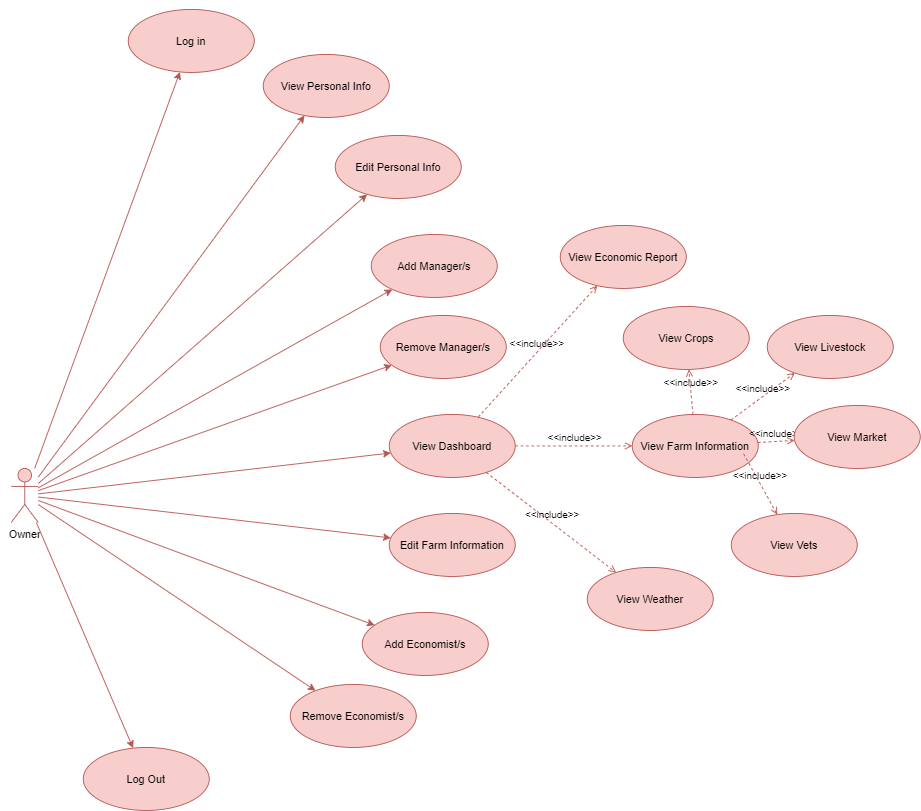
Above: Diagrams/Drafts/Use Case Diagrams/Owner.png in eseferi18/Farming_Management_System (draw.io), before the change. Source tidied: cells renumbered, new cells last; positions are measured from the earlier drawing's top-left corner, leaving out a move shared by most shapes. Its diagram source:
```xml
<mxGraphModel>
  <root>
    <mxCell id="0" />
    <mxCell id="1" parent="0" />
    <mxCell id="2" value="Owner" style="shape=umlActor;verticalLabelPosition=bottom;verticalAlign=top;html=1;fillColor=#f8cecc;strokeColor=#b85450;" parent="1" vertex="1">
      <mxGeometry y="510" width="30" height="60" as="geometry" />
    </mxCell>
    <mxCell id="3" value="Log in" style="ellipse;whiteSpace=wrap;html=1;fillColor=#f8cecc;strokeColor=#b85450;" parent="1" vertex="1">
      <mxGeometry x="130" width="140" height="70" as="geometry" />
    </mxCell>
    <mxCell id="4" style="endArrow=classic;html=1;fillColor=#f8cecc;strokeColor=#b85450;" parent="1" edge="1" source="2" target="3">
      <mxGeometry relative="1" as="geometry" />
    </mxCell>
    <mxCell id="5" value="View Personal Info" style="ellipse;whiteSpace=wrap;html=1;fillColor=#f8cecc;strokeColor=#b85450;" parent="1" vertex="1">
      <mxGeometry x="280" y="50" width="140" height="70" as="geometry" />
    </mxCell>
    <mxCell id="6" style="endArrow=classic;html=1;fillColor=#f8cecc;strokeColor=#b85450;" parent="1" edge="1" source="2" target="5">
      <mxGeometry relative="1" as="geometry" />
    </mxCell>
    <mxCell id="7" value="Edit Personal Info" style="ellipse;whiteSpace=wrap;html=1;fillColor=#f8cecc;strokeColor=#b85450;" parent="1" vertex="1">
      <mxGeometry x="360" y="140" width="140" height="70" as="geometry" />
    </mxCell>
    <mxCell id="8" style="endArrow=classic;html=1;fillColor=#f8cecc;strokeColor=#b85450;" parent="1" edge="1" source="2" target="7">
      <mxGeometry relative="1" as="geometry" />
    </mxCell>
    <mxCell id="9" value="Add Manager/s" style="ellipse;whiteSpace=wrap;html=1;fillColor=#f8cecc;strokeColor=#b85450;" parent="1" vertex="1">
      <mxGeometry x="400" y="250" width="140" height="70" as="geometry" />
    </mxCell>
    <mxCell id="10" style="endArrow=classic;html=1;fillColor=#f8cecc;strokeColor=#b85450;" parent="1" edge="1" source="2" target="9">
      <mxGeometry relative="1" as="geometry" />
    </mxCell>
    <mxCell id="11" style="endArrow=classic;html=1;fillColor=#f8cecc;strokeColor=#b85450;" parent="1" edge="1" source="2" target="12">
      <mxGeometry relative="1" as="geometry" />
    </mxCell>
    <mxCell id="12" value="Remove Manager/s" style="ellipse;whiteSpace=wrap;html=1;fillColor=#f8cecc;strokeColor=#b85450;" parent="1" vertex="1">
      <mxGeometry x="410" y="340" width="140" height="70" as="geometry" />
    </mxCell>
    <mxCell id="13" value="Log Out" style="ellipse;whiteSpace=wrap;html=1;fillColor=#f8cecc;strokeColor=#b85450;" parent="1" vertex="1">
      <mxGeometry x="80" y="820" width="140" height="70" as="geometry" />
    </mxCell>
    <mxCell id="14" style="endArrow=classic;html=1;fillColor=#f8cecc;strokeColor=#b85450;" parent="1" edge="1" source="2" target="13">
      <mxGeometry relative="1" as="geometry" />
    </mxCell>
    <mxCell id="15" style="endArrow=classic;html=1;fillColor=#f8cecc;strokeColor=#b85450;" parent="1" edge="1" source="2" target="16">
      <mxGeometry relative="1" as="geometry" />
    </mxCell>
    <mxCell id="16" value="View Dashboard" style="ellipse;whiteSpace=wrap;html=1;fillColor=#f8cecc;strokeColor=#b85450;" parent="1" vertex="1">
      <mxGeometry x="420" y="450" width="140" height="70" as="geometry" />
    </mxCell>
    <mxCell id="17" value="&amp;lt;&amp;lt;include&amp;gt;&amp;gt;" style="html=1;verticalAlign=bottom;labelBackgroundColor=none;endArrow=open;endFill=0;dashed=1;fillColor=#f8cecc;strokeColor=#b85450;" parent="1" edge="1" source="16" target="18">
      <mxGeometry relative="1" as="geometry" />
    </mxCell>
    <mxCell id="18" value="View Farm Information" style="ellipse;whiteSpace=wrap;html=1;fillColor=#f8cecc;strokeColor=#b85450;" parent="1" vertex="1">
      <mxGeometry x="690" y="450" width="140" height="70" as="geometry" />
    </mxCell>
    <mxCell id="19" value="&amp;lt;&amp;lt;include&amp;gt;&amp;gt;" style="html=1;verticalAlign=bottom;labelBackgroundColor=none;endArrow=open;endFill=0;dashed=1;fillColor=#f8cecc;strokeColor=#b85450;" parent="1" edge="1" source="18" target="20">
      <mxGeometry relative="1" as="geometry" />
    </mxCell>
    <mxCell id="20" value="View Crops" style="ellipse;whiteSpace=wrap;html=1;fillColor=#f8cecc;strokeColor=#b85450;" parent="1" vertex="1">
      <mxGeometry x="680" y="330" width="140" height="70" as="geometry" />
    </mxCell>
    <mxCell id="21" value="&amp;lt;&amp;lt;include&amp;gt;&amp;gt;" style="html=1;verticalAlign=bottom;labelBackgroundColor=none;endArrow=open;endFill=0;dashed=1;fillColor=#f8cecc;strokeColor=#b85450;" parent="1" edge="1" source="18" target="22">
      <mxGeometry relative="1" as="geometry" />
    </mxCell>
    <mxCell id="22" value="View Livestock" style="ellipse;whiteSpace=wrap;html=1;fillColor=#f8cecc;strokeColor=#b85450;" parent="1" vertex="1">
      <mxGeometry x="840" y="340" width="140" height="70" as="geometry" />
    </mxCell>
    <mxCell id="23" value="&amp;lt;&amp;lt;include&amp;gt;&amp;gt;" style="html=1;verticalAlign=bottom;labelBackgroundColor=none;endArrow=open;endFill=0;dashed=1;fillColor=#f8cecc;strokeColor=#b85450;" parent="1" edge="1" source="18" target="24">
      <mxGeometry relative="1" as="geometry" />
    </mxCell>
    <mxCell id="24" value="View Market" style="ellipse;whiteSpace=wrap;html=1;fillColor=#f8cecc;strokeColor=#b85450;" parent="1" vertex="1">
      <mxGeometry x="870" y="440" width="140" height="70" as="geometry" />
    </mxCell>
    <mxCell id="25" value="&amp;lt;&amp;lt;include&amp;gt;&amp;gt;" style="html=1;verticalAlign=bottom;labelBackgroundColor=none;endArrow=open;endFill=0;dashed=1;fillColor=#f8cecc;strokeColor=#b85450;" parent="1" edge="1" target="26">
      <mxGeometry relative="1" as="geometry">
        <mxPoint x="813.7" y="493.7" as="sourcePoint" />
      </mxGeometry>
    </mxCell>
    <mxCell id="26" value="View Vets" style="ellipse;whiteSpace=wrap;html=1;fillColor=#f8cecc;strokeColor=#b85450;" parent="1" vertex="1">
      <mxGeometry x="800" y="560" width="140" height="70" as="geometry" />
    </mxCell>
    <mxCell id="27" value="&amp;lt;&amp;lt;include&amp;gt;&amp;gt;" style="html=1;verticalAlign=bottom;labelBackgroundColor=none;endArrow=open;endFill=0;dashed=1;fillColor=#f8cecc;strokeColor=#b85450;" parent="1" edge="1" source="16" target="28">
      <mxGeometry relative="1" as="geometry" />
    </mxCell>
    <mxCell id="28" value="View Weather" style="ellipse;whiteSpace=wrap;html=1;fillColor=#f8cecc;strokeColor=#b85450;" parent="1" vertex="1">
      <mxGeometry x="640" y="620" width="140" height="70" as="geometry" />
    </mxCell>
    <mxCell id="29" style="endArrow=classic;html=1;fillColor=#f8cecc;strokeColor=#b85450;" parent="1" edge="1" source="2" target="30">
      <mxGeometry relative="1" as="geometry" />
    </mxCell>
    <mxCell id="30" value="Edit Farm Information" style="ellipse;whiteSpace=wrap;html=1;fillColor=#f8cecc;strokeColor=#b85450;" parent="1" vertex="1">
      <mxGeometry x="420" y="560" width="140" height="70" as="geometry" />
    </mxCell>
    <mxCell id="31" value="Add Economist/s" style="ellipse;whiteSpace=wrap;html=1;fillColor=#f8cecc;strokeColor=#b85450;" parent="1" vertex="1">
      <mxGeometry x="390" y="670" width="140" height="70" as="geometry" />
    </mxCell>
    <mxCell id="32" style="endArrow=classic;html=1;fillColor=#f8cecc;strokeColor=#b85450;" parent="1" edge="1" source="2" target="31">
      <mxGeometry relative="1" as="geometry" />
    </mxCell>
    <mxCell id="33" style="endArrow=classic;html=1;fillColor=#f8cecc;strokeColor=#b85450;" parent="1" edge="1" source="2" target="34">
      <mxGeometry relative="1" as="geometry" />
    </mxCell>
    <mxCell id="34" value="Remove Economist/s" style="ellipse;whiteSpace=wrap;html=1;fillColor=#f8cecc;strokeColor=#b85450;" parent="1" vertex="1">
      <mxGeometry x="310" y="750" width="140" height="70" as="geometry" />
    </mxCell>
    <mxCell id="35" value="&amp;lt;&amp;lt;include&amp;gt;&amp;gt;" style="html=1;verticalAlign=bottom;labelBackgroundColor=none;endArrow=open;endFill=0;dashed=1;fillColor=#f8cecc;strokeColor=#b85450;" parent="1" edge="1" source="16" target="36">
      <mxGeometry relative="1" as="geometry" />
    </mxCell>
    <mxCell id="36" value="View Economic Report" style="ellipse;whiteSpace=wrap;html=1;fillColor=#f8cecc;strokeColor=#b85450;" parent="1" vertex="1">
      <mxGeometry x="610" y="240" width="140" height="70" as="geometry" />
    </mxCell>
  </root>
</mxGraphModel>
```
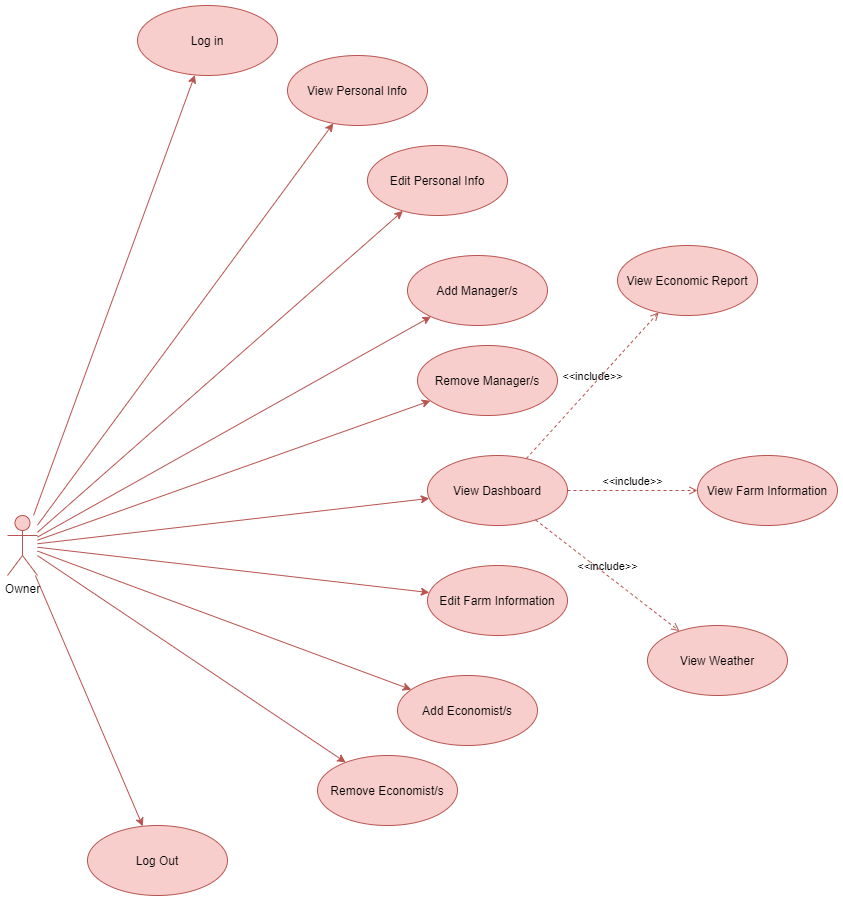
After the commit.

Diff of the diagram source:
```diff
@@ -53,32 +53,6 @@
     <mxCell id="18" value="View Farm Information" style="ellipse;whiteSpace=wrap;html=1;fillColor=#f8cecc;strokeColor=#b85450;" parent="1" vertex="1">
       <mxGeometry x="690" y="450" width="140" height="70" as="geometry" />
     </mxCell>
-    <mxCell id="19" value="&amp;lt;&amp;lt;include&amp;gt;&amp;gt;" style="html=1;verticalAlign=bottom;labelBackgroundColor=none;endArrow=open;endFill=0;dashed=1;fillColor=#f8cecc;strokeColor=#b85450;" parent="1" edge="1" source="18" target="20">
-      <mxGeometry relative="1" as="geometry" />
-    </mxCell>
-    <mxCell id="20" value="View Crops" style="ellipse;whiteSpace=wrap;html=1;fillColor=#f8cecc;strokeColor=#b85450;" parent="1" vertex="1">
-      <mxGeometry x="680" y="330" width="140" height="70" as="geometry" />
-    </mxCell>
-    <mxCell id="21" value="&amp;lt;&amp;lt;include&amp;gt;&amp;gt;" style="html=1;verticalAlign=bottom;labelBackgroundColor=none;endArrow=open;endFill=0;dashed=1;fillColor=#f8cecc;strokeColor=#b85450;" parent="1" edge="1" source="18" target="22">
-      <mxGeometry relative="1" as="geometry" />
-    </mxCell>
-    <mxCell id="22" value="View Livestock" style="ellipse;whiteSpace=wrap;html=1;fillColor=#f8cecc;strokeColor=#b85450;" parent="1" vertex="1">
-      <mxGeometry x="840" y="340" width="140" height="70" as="geometry" />
-    </mxCell>
-    <mxCell id="23" value="&amp;lt;&amp;lt;include&amp;gt;&amp;gt;" style="html=1;verticalAlign=bottom;labelBackgroundColor=none;endArrow=open;endFill=0;dashed=1;fillColor=#f8cecc;strokeColor=#b85450;" parent="1" edge="1" source="18" target="24">
-      <mxGeometry relative="1" as="geometry" />
-    </mxCell>
-    <mxCell id="24" value="View Market" style="ellipse;whiteSpace=wrap;html=1;fillColor=#f8cecc;strokeColor=#b85450;" parent="1" vertex="1">
-      <mxGeometry x="870" y="440" width="140" height="70" as="geometry" />
-    </mxCell>
-    <mxCell id="25" value="&amp;lt;&amp;lt;include&amp;gt;&amp;gt;" style="html=1;verticalAlign=bottom;labelBackgroundColor=none;endArrow=open;endFill=0;dashed=1;fillColor=#f8cecc;strokeColor=#b85450;" parent="1" edge="1" target="26">
-      <mxGeometry relative="1" as="geometry">
-        <mxPoint x="813.7" y="493.7" as="sourcePoint" />
-      </mxGeometry>
-    </mxCell>
-    <mxCell id="26" value="View Vets" style="ellipse;whiteSpace=wrap;html=1;fillColor=#f8cecc;strokeColor=#b85450;" parent="1" vertex="1">
-      <mxGeometry x="800" y="560" width="140" height="70" as="geometry" />
-    </mxCell>
     <mxCell id="27" value="&amp;lt;&amp;lt;include&amp;gt;&amp;gt;" style="html=1;verticalAlign=bottom;labelBackgroundColor=none;endArrow=open;endFill=0;dashed=1;fillColor=#f8cecc;strokeColor=#b85450;" parent="1" edge="1" source="16" target="28">
       <mxGeometry relative="1" as="geometry" />
     </mxCell>
```
